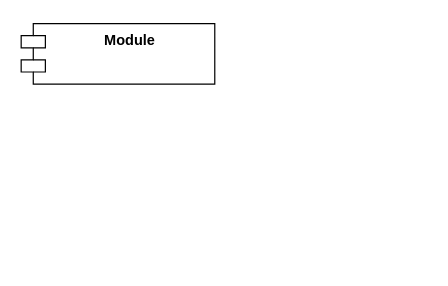
Above: 4-Instance.drawio in wei0728/UML-diagram (draw.io), before the change. Source tidied: cells renumbered, new cells numbered last; positions are measured from the earlier drawing's top-left corner, leaving out a move shared by most shapes. Both pictures are drawn from the tidied source at 121%, with x=0, y=0 at pixel (21, 23).
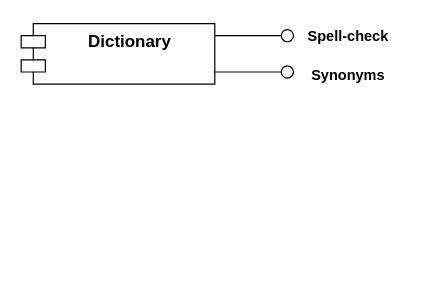
The same diagram, later.

What changed in the source:
```diff
@@
 <mxGraphModel>
   <root>
     <mxCell id="0" />
     <mxCell id="1" parent="0" />
-    <mxCell id="2" value="&lt;b&gt;Module&lt;/b&gt;" style="shape=module;align=left;spacingLeft=20;align=center;verticalAlign=top;whiteSpace=wrap;html=1;" parent="1" vertex="1">
+    <mxCell id="2" value="&lt;b&gt;&lt;font style=&quot;font-size: 14px;&quot;&gt;Dictionary&lt;/font&gt;&lt;/b&gt;" style="shape=module;align=left;spacingLeft=20;align=center;verticalAlign=top;whiteSpace=wrap;html=1;" parent="1" vertex="1">
       <mxGeometry width="160" height="50" as="geometry" />
     </mxCell>
+    <mxCell id="3" style="rounded=0;orthogonalLoop=1;jettySize=auto;html=1;endArrow=oval;endFill=0;sketch=0;sourcePerimeterSpacing=0;targetPerimeterSpacing=0;endSize=10;" parent="1" edge="1">
+      <mxGeometry relative="1" as="geometry">
+        <mxPoint x="160" y="10" as="sourcePoint" />
+        <mxPoint x="220" y="10" as="targetPoint" />
+      </mxGeometry>
+    </mxCell>
+    <mxCell id="4" style="ellipse;whiteSpace=wrap;html=1;align=center;fillColor=none;strokeColor=none;perimeter=centerPerimeter;" parent="1" vertex="1">
+      <mxGeometry x="325" y="190" width="10" height="10" as="geometry" />
+    </mxCell>
+    <mxCell id="5" style="rounded=0;orthogonalLoop=1;jettySize=auto;html=1;endArrow=oval;endFill=0;sketch=0;sourcePerimeterSpacing=0;targetPerimeterSpacing=0;endSize=10;" parent="1" edge="1">
+      <mxGeometry relative="1" as="geometry">
+        <mxPoint x="160" y="40" as="sourcePoint" />
+        <mxPoint x="220" y="40" as="targetPoint" />
+      </mxGeometry>
+    </mxCell>
+    <mxCell id="6" value="Spell-check" style="text;align=center;fontStyle=1;verticalAlign=middle;spacingLeft=3;spacingRight=3;strokeColor=none;html=1;" parent="1" vertex="1">
+      <mxGeometry x="230" y="-2" width="80" height="26" as="geometry" />
+    </mxCell>
+    <mxCell id="7" value="Synonyms" style="text;align=center;fontStyle=1;verticalAlign=middle;spacingLeft=3;spacingRight=3;strokeColor=none;html=1;" parent="1" vertex="1">
+      <mxGeometry x="230" y="30" width="80" height="26" as="geometry" />
+    </mxCell>
   </root>
 </mxGraphModel>
```
